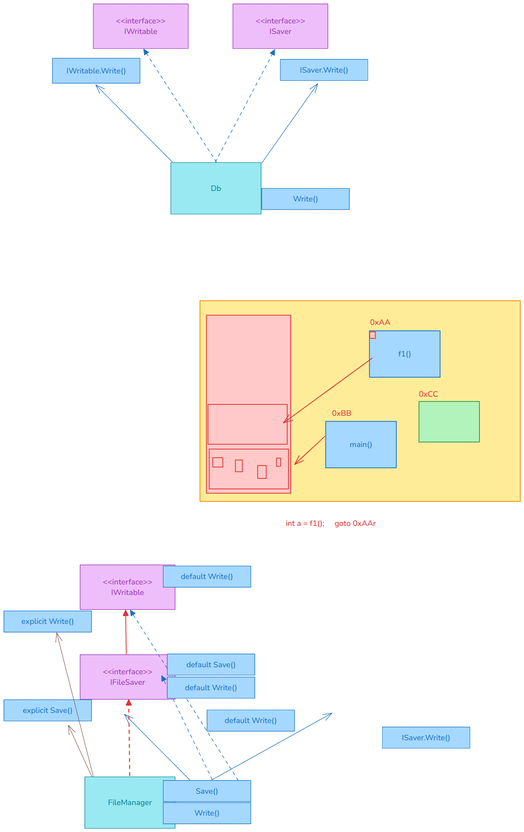
The Excalidraw diagram img/10_interface.excalidraw.png in silvercodes/p41_dotnet_cs, before a commit. Source tidied: one line per element, renumbered; positions are measured from the earlier drawing's top-left corner, leaving out a move shared by most shapes.
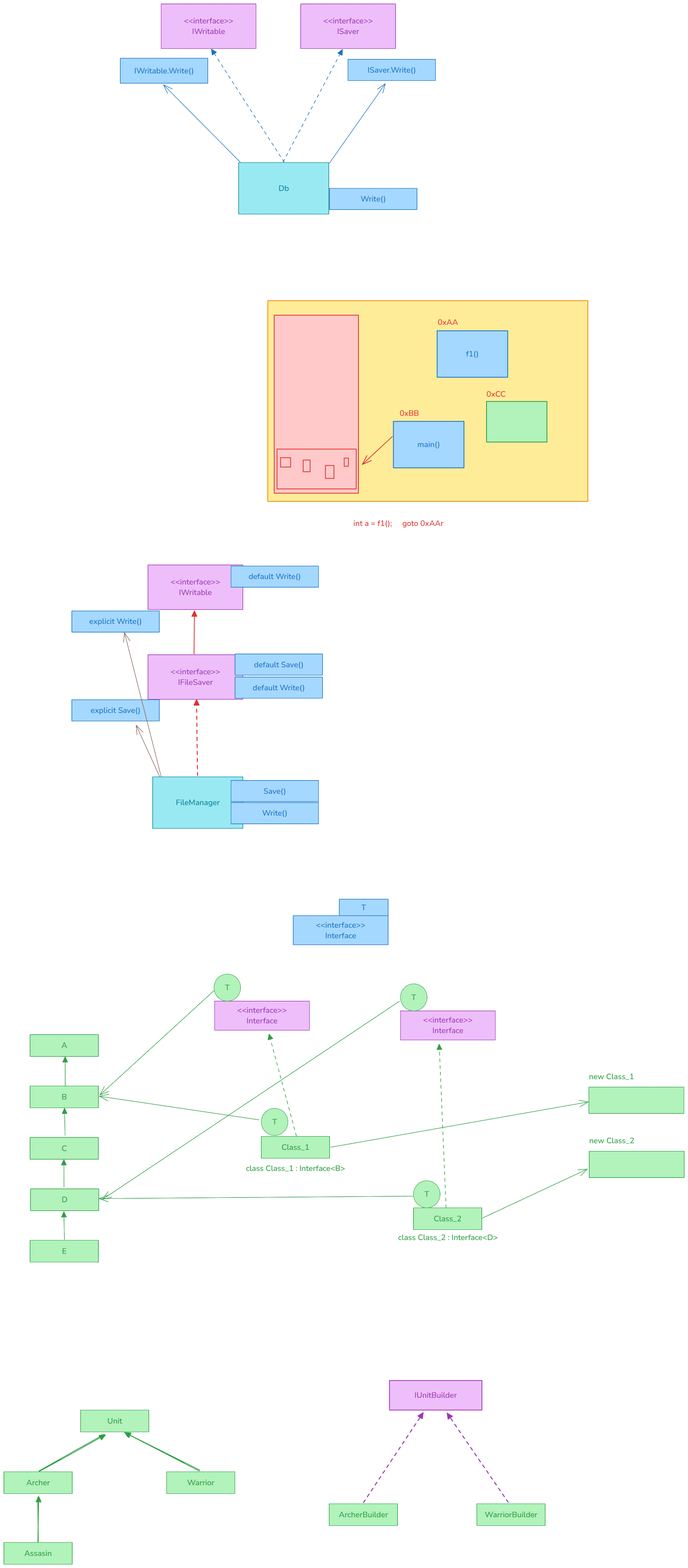
After the commit.

The edit, as a diff of the source:
```diff
@@ -31,15 +31,15 @@
 {"id": 30, "type": "text", "text": "0xAA", "strokeColor": "#e03131", "backgroundColor": "#ffc9c9", "fillStyle": "solid", "strokeWidth": 2, "roughness": 0, "fontSize": 20, "fontFamily": 6, "x": 937, "y": 802, "width": 52, "height": 27}
 {"id": 31, "type": "text", "text": "0xBB", "strokeColor": "#e03131", "backgroundColor": "#ffc9c9", "fillStyle": "solid", "strokeWidth": 2, "roughness": 0, "fontSize": 20, "fontFamily": 6, "x": 839, "y": 1035, "width": 50, "height": 27}
 {"id": 32, "type": "text", "text": "0xCC", "strokeColor": "#e03131", "backgroundColor": "#ffc9c9", "fillStyle": "solid", "strokeWidth": 2, "roughness": 0, "fontSize": 20, "fontFamily": 6, "x": 1062, "y": 986, "width": 49, "height": 27}
-{"id": 33, "type": "rectangle", "strokeColor": "#9c36b5", "backgroundColor": "#eebefa", "fillStyle": "solid", "strokeWidth": 1, "roughness": 0, "x": 195, "y": 1437, "width": 243, "height": 114}
+{"id": 57, "type": "rectangle", "strokeColor": "#9c36b5", "backgroundColor": "#eebefa", "fillStyle": "solid", "strokeWidth": 1, "roughness": 0, "x": 195, "y": 1437, "width": 243, "height": 114}
-{"id": 34, "type": "text", "text": "<<interface>>\nIWritable", "strokeColor": "#9c36b5", "backgroundColor": "#eebefa", "fillStyle": "solid", "strokeWidth": 1, "roughness": 0, "fontSize": 20, "fontFamily": 6, "textAlign": "center", "verticalAlign": "middle", "inside": 33, "x": 253, "y": 1467, "width": 127, "height": 54}
+{"id": 34, "type": "text", "text": "<<interface>>\nIWritable", "strokeColor": "#9c36b5", "backgroundColor": "#eebefa", "fillStyle": "solid", "strokeWidth": 1, "roughness": 0, "fontSize": 20, "fontFamily": 6, "textAlign": "center", "verticalAlign": "middle", "inside": 57, "x": 253, "y": 1467, "width": 127, "height": 54}
 {"id": 35, "type": "rectangle", "strokeColor": "#9c36b5", "backgroundColor": "#eebefa", "fillStyle": "solid", "strokeWidth": 1, "roughness": 0, "x": 195, "y": 1667, "width": 243, "height": 114}
 {"id": 36, "type": "text", "text": "<<interface>>\nIFileSaver", "strokeColor": "#9c36b5", "backgroundColor": "#eebefa", "fillStyle": "solid", "strokeWidth": 1, "roughness": 0, "fontSize": 20, "fontFamily": 6, "textAlign": "center", "verticalAlign": "middle", "inside": 35, "x": 253, "y": 1697, "width": 127, "height": 54}
 {"id": 37, "type": "rectangle", "strokeColor": "#0c8599", "backgroundColor": "#99e9f2", "fillStyle": "solid", "strokeWidth": 1, "roughness": 0, "x": 207, "y": 1980, "width": 231, "height": 132}
 {"id": 38, "type": "text", "text": "FileManager", "strokeColor": "#0c8599", "backgroundColor": "#a5d8ff", "fillStyle": "solid", "strokeWidth": 1, "roughness": 0, "fontSize": 20, "fontFamily": 6, "textAlign": "center", "verticalAlign": "middle", "inside": 37, "x": 266, "y": 2032, "width": 113, "height": 27}
 {"id": 39, "type": "rectangle", "strokeColor": "#1971c2", "backgroundColor": "#a5d8ff", "fillStyle": "solid", "strokeWidth": 1, "roughness": 0, "x": 408, "y": 1440, "width": 224, "height": 54}
 {"id": 40, "type": "text", "text": "default Write()", "strokeColor": "#1971c2", "backgroundColor": "#a5d8ff", "fillStyle": "solid", "strokeWidth": 1, "roughness": 0, "fontSize": 20, "fontFamily": 6, "textAlign": "center", "verticalAlign": "middle", "inside": 39, "x": 453, "y": 1453, "width": 134, "height": 27}
-{"id": 41, "type": "arrow", "strokeColor": "#e03131", "backgroundColor": "#ffc9c9", "fillStyle": "solid", "strokeWidth": 2, "roughness": 0, "endArrowhead": "triangle", "round": true, "from": 35, "to": 33, "x": 313, "y": 1665, "width": 2, "height": 112, "points": [[0, 0], [-2, -112]]}
+{"id": 41, "type": "arrow", "strokeColor": "#e03131", "backgroundColor": "#ffc9c9", "fillStyle": "solid", "strokeWidth": 2, "roughness": 0, "endArrowhead": "triangle", "round": true, "from": 35, "to": 57, "x": 313, "y": 1665, "width": 1, "height": 110, "points": [[0, 0], [1, -110]]}
 {"id": 42, "type": "arrow", "strokeColor": "#e03131", "backgroundColor": "#ffc9c9", "fillStyle": "solid", "strokeWidth": 2, "strokeStyle": "dashed", "roughness": 0, "endArrowhead": "triangle", "round": true, "from": 37, "to": 35, "x": 322, "y": 1976, "width": 3, "height": 194, "points": [[0, 0], [-3, -194]]}
 {"id": 43, "type": "rectangle", "strokeColor": "#1971c2", "backgroundColor": "#a5d8ff", "fillStyle": "solid", "strokeWidth": 1, "roughness": 0, "x": 418, "y": 1724, "width": 224, "height": 54}
 {"id": 44, "type": "text", "text": "default Write()", "strokeColor": "#1971c2", "backgroundColor": "#a5d8ff", "fillStyle": "solid", "strokeWidth": 1, "roughness": 0, "fontSize": 20, "fontFamily": 6, "textAlign": "center", "verticalAlign": "middle", "inside": 43, "x": 463, "y": 1738, "width": 134, "height": 27}
@@ -55,3 +55,70 @@
 {"id": 54, "type": "text", "text": "explicit Save()", "strokeColor": "#1971c2", "backgroundColor": "#a5d8ff", "fillStyle": "solid", "strokeWidth": 1, "roughness": 0, "fontSize": 20, "fontFamily": 6, "textAlign": "center", "verticalAlign": "middle", "inside": 53, "x": 48, "y": 1796, "width": 128, "height": 27}
 {"id": 55, "type": "arrow", "strokeColor": "#846358", "backgroundColor": "#ffc9c9", "fillStyle": "solid", "strokeWidth": 1, "roughness": 0, "endArrowhead": "arrow", "from": 37, "to": 53, "x": 225, "y": 1979, "width": 60, "height": 131, "points": [[0, 0], [-60, -131]]}
 {"id": 56, "type": "arrow", "strokeColor": "#846358", "backgroundColor": "#ffc9c9", "fillStyle": "solid", "strokeWidth": 1, "roughness": 0, "endArrowhead": "arrow", "from": 37, "to": 51, "x": 229, "y": 1979, "width": 94, "height": 368, "points": [[0, 0], [-94, -368]]}
+{"id": 58, "type": "rectangle", "strokeColor": "#1971c2", "backgroundColor": "#a5d8ff", "fillStyle": "solid", "strokeWidth": 1, "roughness": 0, "x": 567, "y": 2335, "width": 243, "height": 74}
+{"id": 59, "type": "text", "text": "<<interface>>\nInterface", "strokeColor": "#1971c2", "backgroundColor": "#eebefa", "fillStyle": "solid", "strokeWidth": 1, "roughness": 0, "fontSize": 20, "fontFamily": 6, "textAlign": "center", "verticalAlign": "middle", "inside": 58, "x": 625, "y": 2345, "width": 127, "height": 54}
+{"id": 60, "type": "rectangle", "strokeColor": "#1971c2", "backgroundColor": "#a5d8ff", "fillStyle": "solid", "strokeWidth": 1, "roughness": 0, "x": 685, "y": 2293, "width": 125, "height": 42}
+{"id": 61, "type": "text", "text": "T", "strokeColor": "#1971c2", "backgroundColor": "#eebefa", "fillStyle": "solid", "strokeWidth": 1, "roughness": 0, "fontSize": 20, "fontFamily": 6, "textAlign": "center", "verticalAlign": "middle", "inside": 60, "x": 741, "y": 2301, "width": 12, "height": 27}
+{"id": 62, "type": "rectangle", "strokeColor": "#2f9e44", "backgroundColor": "#b2f2bb", "fillStyle": "solid", "strokeWidth": 1, "roughness": 0, "x": -107, "y": 2640, "width": 175, "height": 56}
+{"id": 63, "type": "text", "text": "A", "strokeColor": "#2f9e44", "backgroundColor": "#b2f2bb", "fillStyle": "solid", "strokeWidth": 1, "roughness": 0, "fontSize": 20, "fontFamily": 6, "textAlign": "center", "verticalAlign": "middle", "inside": 62, "x": -27, "y": 2654, "width": 15, "height": 27}
+{"id": 64, "type": "rectangle", "strokeColor": "#2f9e44", "backgroundColor": "#b2f2bb", "fillStyle": "solid", "strokeWidth": 1, "roughness": 0, "x": -107, "y": 2771, "width": 175, "height": 56}
+{"id": 65, "type": "text", "text": "B", "strokeColor": "#2f9e44", "backgroundColor": "#b2f2bb", "fillStyle": "solid", "strokeWidth": 1, "roughness": 0, "fontSize": 20, "fontFamily": 6, "textAlign": "center", "verticalAlign": "middle", "inside": 64, "x": -26, "y": 2786, "width": 14, "height": 27}
+{"id": 66, "type": "rectangle", "strokeColor": "#2f9e44", "backgroundColor": "#b2f2bb", "fillStyle": "solid", "strokeWidth": 1, "roughness": 0, "x": -107, "y": 2903, "width": 175, "height": 56}
+{"id": 67, "type": "text", "text": "C", "strokeColor": "#2f9e44", "backgroundColor": "#b2f2bb", "fillStyle": "solid", "strokeWidth": 1, "roughness": 0, "fontSize": 20, "fontFamily": 6, "textAlign": "center", "verticalAlign": "middle", "inside": 66, "x": -26, "y": 2918, "width": 14, "height": 27}
+{"id": 68, "type": "rectangle", "strokeColor": "#2f9e44", "backgroundColor": "#b2f2bb", "fillStyle": "solid", "strokeWidth": 1, "roughness": 0, "x": -106, "y": 3035, "width": 175, "height": 56}
+{"id": 69, "type": "text", "text": "D", "strokeColor": "#2f9e44", "backgroundColor": "#b2f2bb", "fillStyle": "solid", "strokeWidth": 1, "roughness": 0, "fontSize": 20, "fontFamily": 6, "textAlign": "center", "verticalAlign": "middle", "inside": 68, "x": -26, "y": 3049, "width": 15, "height": 27}
+{"id": 70, "type": "rectangle", "strokeColor": "#2f9e44", "backgroundColor": "#b2f2bb", "fillStyle": "solid", "strokeWidth": 1, "roughness": 0, "x": -107, "y": 3167, "width": 175, "height": 56}
+{"id": 71, "type": "text", "text": "E", "strokeColor": "#2f9e44", "backgroundColor": "#b2f2bb", "fillStyle": "solid", "strokeWidth": 1, "roughness": 0, "fontSize": 20, "fontFamily": 6, "textAlign": "center", "verticalAlign": "middle", "inside": 70, "x": -25, "y": 3181, "width": 12, "height": 27}
+{"id": 72, "type": "arrow", "strokeColor": "#2f9e44", "backgroundColor": "#b2f2bb", "fillStyle": "solid", "strokeWidth": 1, "roughness": 0, "endArrowhead": "triangle", "round": true, "from": 64, "to": 62, "x": -17, "y": 2771, "width": 0, "height": 74, "points": [[0, 0], [0, -74]]}
+{"id": 73, "type": "arrow", "strokeColor": "#2f9e44", "backgroundColor": "#b2f2bb", "fillStyle": "solid", "strokeWidth": 1, "roughness": 0, "endArrowhead": "triangle", "round": true, "from": 66, "to": 64, "x": -17, "y": 2898, "width": 1, "height": 70, "points": [[0, 0], [-1, -70]]}
+{"id": 74, "type": "arrow", "strokeColor": "#2f9e44", "backgroundColor": "#b2f2bb", "fillStyle": "solid", "strokeWidth": 1, "roughness": 0, "endArrowhead": "triangle", "round": true, "from": 68, "to": 66, "x": -20, "y": 3031, "width": 0, "height": 71, "points": [[0, 0], [0, -71]]}
+{"id": 75, "type": "arrow", "strokeColor": "#2f9e44", "backgroundColor": "#b2f2bb", "fillStyle": "solid", "strokeWidth": 1, "roughness": 0, "endArrowhead": "triangle", "round": true, "from": 70, "to": 68, "x": -19, "y": 3165, "width": 2, "height": 71, "points": [[0, 0], [-2, -71]]}
+{"id": 76, "type": "rectangle", "strokeColor": "#2f9e44", "backgroundColor": "#b2f2bb", "fillStyle": "solid", "strokeWidth": 1, "roughness": 0, "x": 485, "y": 2901, "width": 175, "height": 56}
+{"id": 77, "type": "text", "text": "Class_1", "strokeColor": "#2f9e44", "backgroundColor": "#b2f2bb", "fillStyle": "solid", "strokeWidth": 1, "roughness": 0, "fontSize": 20, "fontFamily": 6, "textAlign": "center", "verticalAlign": "middle", "inside": 76, "x": 537, "y": 2915, "width": 71, "height": 27}
+{"id": 78, "type": "arrow", "strokeColor": "#2f9e44", "backgroundColor": "#b2f2bb", "fillStyle": "solid", "strokeWidth": 1, "strokeStyle": "dashed", "roughness": 0, "endArrowhead": "triangle", "round": true, "from": 76, "to": 90, "x": 575, "y": 2900, "width": 70, "height": 261, "points": [[0, 0], [-70, -261]]}
+{"id": 79, "type": "ellipse", "strokeColor": "#2f9e44", "backgroundColor": "#b2f2bb", "fillStyle": "solid", "strokeWidth": 1, "roughness": 0, "x": 485, "y": 2829, "width": 68, "height": 69}
+{"id": 80, "type": "text", "text": "T", "strokeColor": "#2f9e44", "backgroundColor": "#b2f2bb", "fillStyle": "solid", "strokeWidth": 1, "roughness": 0, "fontSize": 20, "fontFamily": 6, "textAlign": "center", "verticalAlign": "middle", "inside": 79, "x": 513, "y": 2850, "width": 12, "height": 27}
+{"id": 81, "type": "arrow", "strokeColor": "#2f9e44", "backgroundColor": "#b2f2bb", "fillStyle": "solid", "strokeWidth": 1, "roughness": 0, "endArrowhead": "arrow", "round": true, "from": 79, "to": 64, "x": 479, "y": 2858, "width": 409, "height": 61, "points": [[0, 0], [-409, -61]]}
+{"id": 82, "type": "text", "text": "class Class_1 : Interface<B>", "strokeColor": "#2f9e44", "backgroundColor": "#b2f2bb", "fillStyle": "solid", "strokeWidth": 1, "roughness": 0, "fontSize": 20, "fontFamily": 6, "x": 446, "y": 2969, "width": 254, "height": 27}
+{"id": 83, "type": "rectangle", "strokeColor": "#2f9e44", "backgroundColor": "#b2f2bb", "fillStyle": "solid", "strokeWidth": 1, "roughness": 0, "x": 875, "y": 3083, "width": 175, "height": 56}
+{"id": 84, "type": "text", "text": "Class_2", "strokeColor": "#2f9e44", "backgroundColor": "#b2f2bb", "fillStyle": "solid", "strokeWidth": 1, "roughness": 0, "fontSize": 20, "fontFamily": 6, "textAlign": "center", "verticalAlign": "middle", "inside": 83, "x": 927, "y": 3098, "width": 71, "height": 27}
+{"id": 85, "type": "ellipse", "strokeColor": "#2f9e44", "backgroundColor": "#b2f2bb", "fillStyle": "solid", "strokeWidth": 1, "roughness": 0, "x": 875, "y": 3014, "width": 68, "height": 69}
+{"id": 86, "type": "text", "text": "T", "strokeColor": "#2f9e44", "backgroundColor": "#b2f2bb", "fillStyle": "solid", "strokeWidth": 1, "roughness": 0, "fontSize": 20, "fontFamily": 6, "textAlign": "center", "verticalAlign": "middle", "inside": 85, "x": 903, "y": 3035, "width": 12, "height": 27}
+{"id": 87, "type": "arrow", "strokeColor": "#2f9e44", "backgroundColor": "#b2f2bb", "fillStyle": "solid", "strokeWidth": 1, "strokeStyle": "dashed", "roughness": 0, "endArrowhead": "triangle", "round": true, "from": 83, "to": 92, "x": 959, "y": 3083, "width": 18, "height": 419, "points": [[0, 0], [-18, -419]]}
+{"id": 88, "type": "arrow", "strokeColor": "#2f9e44", "backgroundColor": "#b2f2bb", "fillStyle": "solid", "strokeWidth": 1, "roughness": 0, "endArrowhead": "arrow", "round": true, "from": 85, "to": 68, "x": 874, "y": 3054, "width": 804, "height": 6, "points": [[0, 0], [-804, 6]]}
+{"id": 89, "type": "text", "text": "class Class_2 : Interface<D>", "strokeColor": "#2f9e44", "backgroundColor": "#b2f2bb", "fillStyle": "solid", "strokeWidth": 1, "roughness": 0, "fontSize": 20, "fontFamily": 6, "x": 835, "y": 3146, "width": 255, "height": 27}
+{"id": 90, "type": "rectangle", "strokeColor": "#9c36b5", "backgroundColor": "#eebefa", "fillStyle": "solid", "strokeWidth": 1, "roughness": 0, "x": 366, "y": 2554, "width": 243, "height": 74}
+{"id": 91, "type": "text", "text": "<<interface>>\nInterface", "strokeColor": "#9c36b5", "backgroundColor": "#eebefa", "fillStyle": "solid", "strokeWidth": 1, "roughness": 0, "fontSize": 20, "fontFamily": 6, "textAlign": "center", "verticalAlign": "middle", "inside": 90, "x": 424, "y": 2564, "width": 127, "height": 54}
+{"id": 92, "type": "rectangle", "strokeColor": "#9c36b5", "backgroundColor": "#eebefa", "fillStyle": "solid", "strokeWidth": 1, "roughness": 0, "x": 842, "y": 2579, "width": 243, "height": 74}
+{"id": 93, "type": "text", "text": "<<interface>>\nInterface", "strokeColor": "#9c36b5", "backgroundColor": "#eebefa", "fillStyle": "solid", "strokeWidth": 1, "roughness": 0, "fontSize": 20, "fontFamily": 6, "textAlign": "center", "verticalAlign": "middle", "inside": 92, "x": 900, "y": 2589, "width": 127, "height": 54}
+{"id": 94, "type": "ellipse", "strokeColor": "#2f9e44", "backgroundColor": "#b2f2bb", "fillStyle": "solid", "strokeWidth": 1, "roughness": 0, "x": 364, "y": 2485, "width": 68, "height": 69}
+{"id": 95, "type": "text", "text": "T", "strokeColor": "#2f9e44", "backgroundColor": "#b2f2bb", "fillStyle": "solid", "strokeWidth": 1, "roughness": 0, "fontSize": 20, "fontFamily": 6, "textAlign": "center", "verticalAlign": "middle", "inside": 94, "x": 392, "y": 2506, "width": 12, "height": 27}
+{"id": 96, "type": "arrow", "strokeColor": "#2f9e44", "backgroundColor": "#a5d8ff", "fillStyle": "solid", "strokeWidth": 1, "roughness": 0, "endArrowhead": "arrow", "round": true, "from": 94, "to": 64, "x": 364, "y": 2527, "width": 292, "height": 267, "points": [[0, 0], [-292, 267]]}
+{"id": 97, "type": "ellipse", "strokeColor": "#2f9e44", "backgroundColor": "#b2f2bb", "fillStyle": "solid", "strokeWidth": 1, "roughness": 0, "x": 842, "y": 2510, "width": 68, "height": 69}
+{"id": 98, "type": "text", "text": "T", "strokeColor": "#2f9e44", "backgroundColor": "#b2f2bb", "fillStyle": "solid", "strokeWidth": 1, "roughness": 0, "fontSize": 20, "fontFamily": 6, "textAlign": "center", "verticalAlign": "middle", "inside": 97, "x": 870, "y": 2531, "width": 12, "height": 27}
+{"id": 99, "type": "arrow", "strokeColor": "#2f9e44", "backgroundColor": "#a5d8ff", "fillStyle": "solid", "strokeWidth": 1, "roughness": 0, "endArrowhead": "arrow", "round": true, "from": 97, "to": 68, "x": 839, "y": 2554, "width": 760, "height": 507, "points": [[0, 0], [-760, 507]]}
+{"id": 100, "type": "rectangle", "strokeColor": "#2f9e44", "backgroundColor": "#b2f2bb", "fillStyle": "solid", "strokeWidth": 1, "roughness": 0, "x": 1324, "y": 2774, "width": 243, "height": 67}
+{"id": 101, "type": "arrow", "strokeColor": "#2f9e44", "backgroundColor": "#b2f2bb", "fillStyle": "solid", "strokeWidth": 1, "roughness": 0, "endArrowhead": "arrow", "round": true, "from": 76, "to": 100, "x": 663, "y": 2928, "width": 660, "height": 116, "points": [[0, 0], [660, -116]]}
+{"id": 102, "type": "text", "text": "new Class_1", "strokeColor": "#2f9e44", "backgroundColor": "#b2f2bb", "fillStyle": "solid", "strokeWidth": 1, "roughness": 0, "fontSize": 20, "fontFamily": 6, "x": 1324, "y": 2734, "width": 115, "height": 27}
+{"id": 103, "type": "rectangle", "strokeColor": "#2f9e44", "backgroundColor": "#b2f2bb", "fillStyle": "solid", "strokeWidth": 1, "roughness": 0, "x": 1325, "y": 2939, "width": 243, "height": 67}
+{"id": 104, "type": "text", "text": "new Class_2", "strokeColor": "#2f9e44", "backgroundColor": "#b2f2bb", "fillStyle": "solid", "strokeWidth": 1, "roughness": 0, "fontSize": 20, "fontFamily": 6, "x": 1325, "y": 2898, "width": 115, "height": 27}
+{"id": 105, "type": "arrow", "strokeColor": "#2f9e44", "backgroundColor": "#b2f2bb", "fillStyle": "solid", "strokeWidth": 1, "roughness": 0, "endArrowhead": "arrow", "round": true, "from": 83, "to": 103, "x": 1052, "y": 3110, "width": 269, "height": 125, "points": [[0, 0], [269, -125]]}
+{"id": 106, "type": "rectangle", "strokeColor": "#2f9e44", "backgroundColor": "#b2f2bb", "fillStyle": "solid", "strokeWidth": 1, "roughness": 0, "x": 22, "y": 3602, "width": 175, "height": 56}
+{"id": 107, "type": "text", "text": "Unit", "strokeColor": "#2f9e44", "backgroundColor": "#b2f2bb", "fillStyle": "solid", "strokeWidth": 1, "roughness": 0, "fontSize": 20, "fontFamily": 6, "textAlign": "center", "verticalAlign": "middle", "inside": 106, "x": 91, "y": 3616, "width": 38, "height": 27}
+{"id": 108, "type": "rectangle", "strokeColor": "#2f9e44", "backgroundColor": "#b2f2bb", "fillStyle": "solid", "strokeWidth": 1, "roughness": 0, "x": -174, "y": 3760, "width": 175, "height": 56}
+{"id": 109, "type": "text", "text": "Archer", "strokeColor": "#2f9e44", "backgroundColor": "#b2f2bb", "fillStyle": "solid", "strokeWidth": 1, "roughness": 0, "fontSize": 20, "fontFamily": 6, "textAlign": "center", "verticalAlign": "middle", "inside": 108, "x": -117, "y": 3774, "width": 61, "height": 27}
+{"id": 110, "type": "rectangle", "strokeColor": "#2f9e44", "backgroundColor": "#b2f2bb", "fillStyle": "solid", "strokeWidth": 1, "roughness": 0, "x": 243, "y": 3760, "width": 175, "height": 56}
+{"id": 111, "type": "text", "text": "Warrior", "strokeColor": "#2f9e44", "backgroundColor": "#b2f2bb", "fillStyle": "solid", "strokeWidth": 1, "roughness": 0, "fontSize": 20, "fontFamily": 6, "textAlign": "center", "verticalAlign": "middle", "inside": 110, "x": 295, "y": 3774, "width": 69, "height": 27}
+{"id": 112, "type": "arrow", "strokeColor": "#2f9e44", "strokeWidth": 2, "roughness": 1, "endArrowhead": "triangle", "round": true, "from": 108, "to": 106, "x": -84, "y": 3758, "width": 167, "height": 94, "points": [[0, 0], [167, -94]]}
+{"id": 113, "type": "arrow", "strokeColor": "#2f9e44", "strokeWidth": 2, "roughness": 1, "endArrowhead": "triangle", "round": true, "from": 110, "to": 106, "x": 327, "y": 3756, "width": 191, "height": 97, "points": [[0, 0], [-191, -97]]}
+{"id": 114, "type": "rectangle", "strokeColor": "#2f9e44", "backgroundColor": "#b2f2bb", "fillStyle": "solid", "strokeWidth": 1, "roughness": 0, "x": -174, "y": 3941, "width": 175, "height": 56}
+{"id": 115, "type": "text", "text": "Assasin", "strokeColor": "#2f9e44", "backgroundColor": "#b2f2bb", "fillStyle": "solid", "strokeWidth": 1, "roughness": 0, "fontSize": 20, "fontFamily": 6, "textAlign": "center", "verticalAlign": "middle", "inside": 114, "x": -122, "y": 3955, "width": 70, "height": 27}
+{"id": 116, "type": "arrow", "strokeColor": "#2f9e44", "strokeWidth": 2, "roughness": 1, "endArrowhead": "triangle", "round": true, "from": 114, "to": 108, "x": -87, "y": 3939, "width": 1, "height": 114, "points": [[0, 0], [1, -114]]}
+{"id": 117, "type": "rectangle", "strokeColor": "#9c36b5", "backgroundColor": "#eebefa", "fillStyle": "solid", "strokeWidth": 2, "roughness": 0, "x": 813, "y": 3526, "width": 237, "height": 76}
+{"id": 118, "type": "text", "text": "IUnitBuilder", "strokeColor": "#9c36b5", "backgroundColor": "#eebefa", "fillStyle": "solid", "strokeWidth": 2, "roughness": 0, "fontSize": 20, "fontFamily": 6, "textAlign": "center", "verticalAlign": "middle", "inside": 117, "x": 878, "y": 3550, "width": 108, "height": 27}
+{"id": 119, "type": "rectangle", "strokeColor": "#2f9e44", "backgroundColor": "#b2f2bb", "fillStyle": "solid", "strokeWidth": 1, "roughness": 0, "x": 659, "y": 3841, "width": 175, "height": 56}
+{"id": 120, "type": "text", "text": "ArcherBuilder", "strokeColor": "#2f9e44", "backgroundColor": "#b2f2bb", "fillStyle": "solid", "strokeWidth": 1, "roughness": 0, "fontSize": 20, "fontFamily": 6, "textAlign": "center", "verticalAlign": "middle", "inside": 119, "x": 684, "y": 3856, "width": 126, "height": 27}
+{"id": 121, "type": "rectangle", "strokeColor": "#2f9e44", "backgroundColor": "#b2f2bb", "fillStyle": "solid", "strokeWidth": 1, "roughness": 0, "x": 1037, "y": 3841, "width": 175, "height": 56}
+{"id": 122, "type": "text", "text": "WarriorBuilder", "strokeColor": "#2f9e44", "backgroundColor": "#b2f2bb", "fillStyle": "solid", "strokeWidth": 1, "roughness": 0, "fontSize": 20, "fontFamily": 6, "textAlign": "center", "verticalAlign": "middle", "inside": 121, "x": 1058, "y": 3856, "width": 135, "height": 27}
+{"id": 123, "type": "arrow", "strokeColor": "#9c36b5", "backgroundColor": "#eebefa", "fillStyle": "solid", "strokeWidth": 2, "strokeStyle": "dashed", "roughness": 0, "endArrowhead": "triangle", "round": true, "from": 119, "to": 117, "x": 747, "y": 3838, "width": 152, "height": 229, "points": [[0, 0], [152, -229]]}
+{"id": 124, "type": "arrow", "strokeColor": "#9c36b5", "backgroundColor": "#eebefa", "fillStyle": "solid", "strokeWidth": 2, "strokeStyle": "dashed", "roughness": 0, "endArrowhead": "triangle", "round": true, "from": 121, "to": 117, "x": 1118, "y": 3838, "width": 156, "height": 228, "points": [[0, 0], [-156, -228]]}
```
